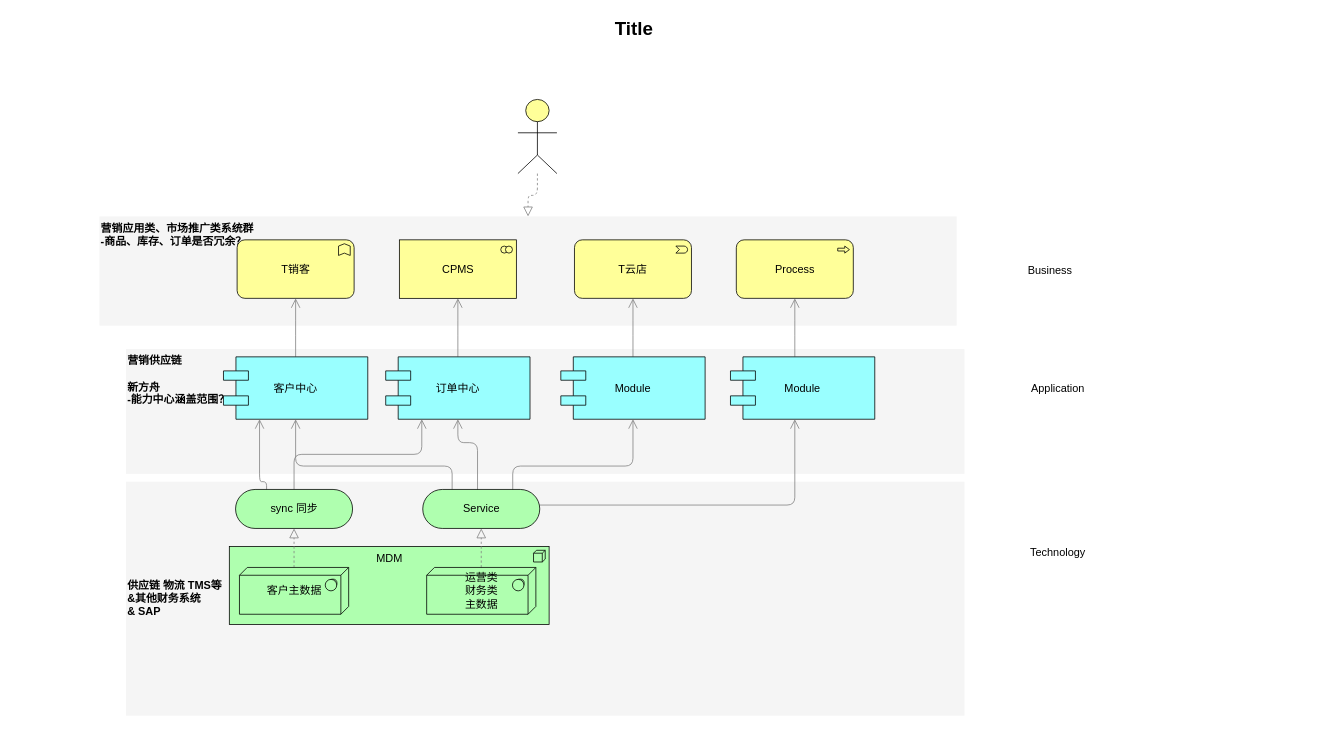
Before: 新方舟.drawio in lawplus/diagrams, a draw.io diagram. Source tidied: cells renumbered, new cells numbered last; positions are measured from the earlier drawing's top-left corner, leaving out a move shared by most shapes. Both pictures are drawn from the tidied source at 78%, with x=0, y=0 at pixel (13, 13).
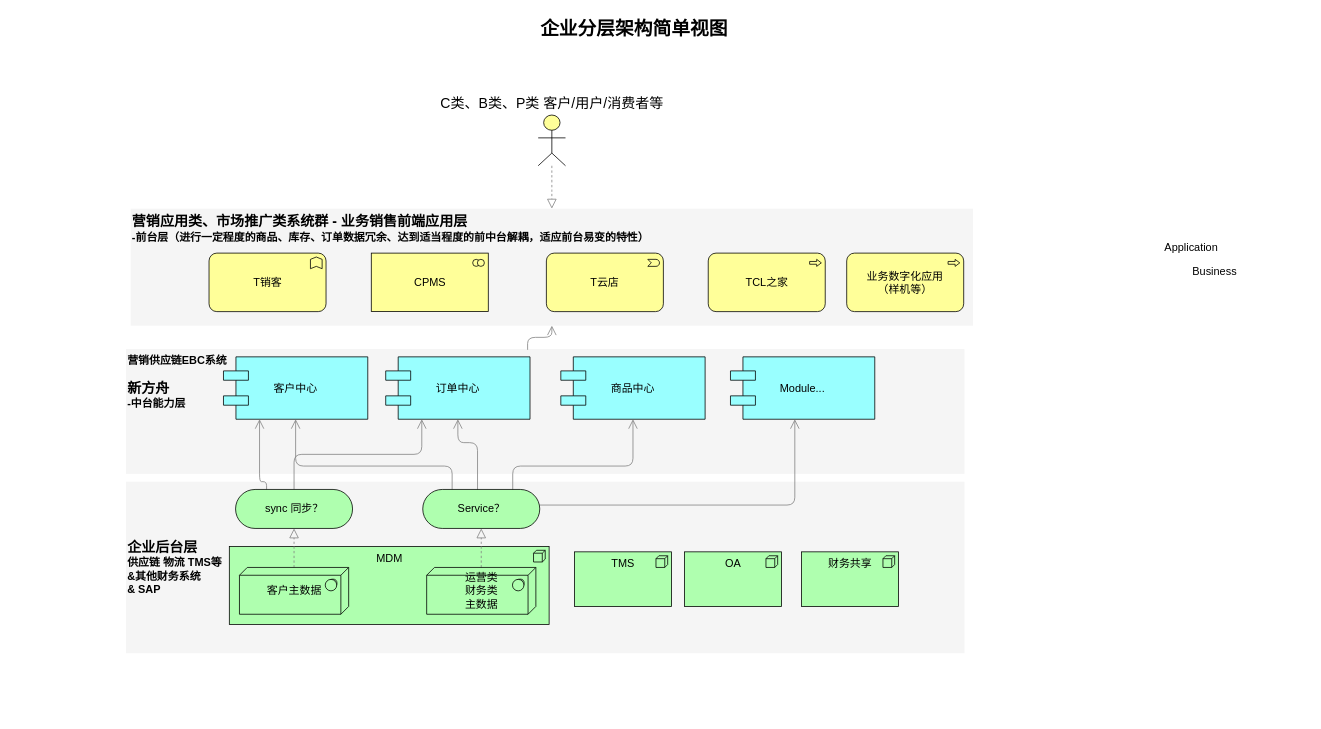
The same diagram, later.

Unchanged cells that the change refers to:
```xml
<mxCell id="19" value="客户中心" style="shape=component;align=center;fillColor=#99ffff;gradientColor=none;fontSize=14;" parent="1" vertex="1">
  <mxGeometry x="269" y="440" width="185" height="80" as="geometry" />
</mxCell>
<mxCell id="21" value="订单中心" style="shape=component;align=center;fillColor=#99ffff;gradientColor=none;fontSize=14;" parent="1" vertex="1">
  <mxGeometry x="477" y="440" width="185" height="80" as="geometry" />
</mxCell>
```

Diff of the diagram source:
```diff
@@
-    <mxCell id="2" value="&lt;b&gt;供应链 物流 TMS等&lt;br&gt;&amp;amp;其他财务系统&lt;br&gt;&amp;amp; SAP&lt;/b&gt;" style="whiteSpace=wrap;html=1;strokeColor=none;strokeWidth=1;fillColor=#f5f5f5;fontSize=14;align=left;" parent="1" vertex="1">
-      <mxGeometry x="144" y="600" width="1075" height="300" as="geometry" />
+    <mxCell id="2" value="&lt;b&gt;&lt;font style=&quot;font-size: 18px&quot;&gt;企业后台层&lt;/font&gt;&lt;br&gt;供应链 物流 TMS等&lt;br&gt;&amp;amp;其他财务系统&lt;br&gt;&amp;amp; SAP&lt;/b&gt;" style="whiteSpace=wrap;html=1;strokeColor=none;strokeWidth=1;fillColor=#f5f5f5;fontSize=14;align=left;" parent="1" vertex="1">
+      <mxGeometry x="144" y="600" width="1075" height="220" as="geometry" />
     </mxCell>
-    <mxCell id="3" value="&lt;b&gt;营销供应链&lt;br&gt;&lt;br&gt;新方舟&lt;br&gt;-能力中心涵盖范围？&lt;br&gt;&lt;/b&gt;" style="whiteSpace=wrap;html=1;strokeColor=none;strokeWidth=1;fillColor=#f5f5f5;fontSize=14;align=left;verticalAlign=top;" parent="1" vertex="1">
+    <mxCell id="3" value="&lt;b&gt;营销供应链EBC系统&lt;br&gt;&lt;br&gt;&lt;font style=&quot;font-size: 18px&quot;&gt;新方舟&lt;/font&gt;&lt;br&gt;-中台能力层&lt;br&gt;&lt;/b&gt;" style="whiteSpace=wrap;html=1;strokeColor=none;strokeWidth=1;fillColor=#f5f5f5;fontSize=14;align=left;verticalAlign=top;" parent="1" vertex="1">
       <mxGeometry x="144" y="430" width="1075" height="160" as="geometry" />
     </mxCell>
-    <mxCell id="4" value="&lt;b&gt;营销应用类、市场推广类系统群&lt;br&gt;-商品、库存、订单是否冗余？&lt;br&gt;&lt;/b&gt;" style="whiteSpace=wrap;html=1;strokeColor=none;strokeWidth=1;fillColor=#f5f5f5;fontSize=14;align=left;verticalAlign=top;" parent="1" vertex="1">
-      <mxGeometry x="110" y="260" width="1099" height="140" as="geometry" />
+    <mxCell id="4" value="&lt;b&gt;&lt;font style=&quot;font-size: 18px&quot;&gt;营销应用类、市场推广类系统群 - 业务销售前端应用层&lt;/font&gt;&lt;br&gt;-前台层（进行一定程度的商品、库存、订单数据冗余、达到适当程度的前中台解耦，适应前台易变的特性）&lt;br&gt;&lt;/b&gt;" style="whiteSpace=wrap;html=1;strokeColor=none;strokeWidth=1;fillColor=#f5f5f5;fontSize=14;align=left;verticalAlign=top;" parent="1" vertex="1">
+      <mxGeometry x="150" y="250" width="1080" height="150" as="geometry" />
     </mxCell>
@@
-    <mxCell id="12" value="sync 同步" style="html=1;whiteSpace=wrap;fillColor=#AFFFAF;shape=mxgraph.archimate3.service;fontSize=14;" parent="1" vertex="1">
+    <mxCell id="12" value="sync 同步？" style="html=1;whiteSpace=wrap;fillColor=#AFFFAF;shape=mxgraph.archimate3.service;fontSize=14;" parent="1" vertex="1">
       <mxGeometry x="284.5" y="610" width="150" height="50" as="geometry" />
     </mxCell>
@@
-    <mxCell id="17" value="Service" style="html=1;whiteSpace=wrap;fillColor=#AFFFAF;shape=mxgraph.archimate3.service;fontSize=14;" parent="1" vertex="1">
+    <mxCell id="17" value="Service？" style="html=1;whiteSpace=wrap;fillColor=#AFFFAF;shape=mxgraph.archimate3.service;fontSize=14;" parent="1" vertex="1">
       <mxGeometry x="524.5" y="610" width="150" height="50" as="geometry" />
     </mxCell>
-    <mxCell id="18" style="edgeStyle=elbowEdgeStyle;rounded=1;elbow=vertical;html=1;startSize=10;endArrow=open;endFill=0;endSize=10;jettySize=auto;strokeColor=#808080;fontSize=14;" parent="1" edge="1" source="19" target="26">
+    <mxCell id="18" style="edgeStyle=elbowEdgeStyle;rounded=1;elbow=vertical;html=1;startSize=10;endArrow=open;endFill=0;endSize=10;jettySize=auto;strokeColor=#808080;fontSize=14;entryX=0.5;entryY=1;entryDx=0;entryDy=0;exitX=0.479;exitY=0.006;exitDx=0;exitDy=0;exitPerimeter=0;" parent="1" edge="1" source="3" target="4">
       <mxGeometry relative="1" as="geometry" />
     </mxCell>
@@
-    <mxCell id="20" style="edgeStyle=elbowEdgeStyle;rounded=1;elbow=vertical;html=1;startSize=10;endArrow=open;endFill=0;endSize=10;jettySize=auto;strokeColor=#808080;fontSize=14;" parent="1" edge="1" source="21" target="27">
-      <mxGeometry relative="1" as="geometry" />
-    </mxCell>
@@
-    <mxCell id="22" style="edgeStyle=elbowEdgeStyle;rounded=1;elbow=vertical;html=1;startSize=10;endArrow=open;endFill=0;endSize=10;jettySize=auto;strokeColor=#808080;fontSize=14;" parent="1" edge="1" source="23" target="28">
-      <mxGeometry relative="1" as="geometry" />
-    </mxCell>
-    <mxCell id="23" value="Module" style="shape=component;align=center;fillColor=#99ffff;gradientColor=none;fontSize=14;" parent="1" vertex="1">
+    <mxCell id="23" value="商品中心" style="shape=component;align=center;fillColor=#99ffff;gradientColor=none;fontSize=14;" parent="1" vertex="1">
       <mxGeometry x="701.5" y="440" width="185" height="80" as="geometry" />
     </mxCell>
-    <mxCell id="24" style="edgeStyle=elbowEdgeStyle;rounded=1;elbow=vertical;html=1;startSize=10;endArrow=open;endFill=0;endSize=10;jettySize=auto;strokeColor=#808080;fontSize=14;" parent="1" edge="1" target="29">
-      <mxGeometry relative="1" as="geometry">
-        <mxPoint x="1001.5" y="440" as="sourcePoint" />
-      </mxGeometry>
-    </mxCell>
-    <mxCell id="25" value="Module" style="shape=component;align=center;fillColor=#99ffff;gradientColor=none;fontSize=14;" parent="1" vertex="1">
+    <mxCell id="25" value="Module..." style="shape=component;align=center;fillColor=#99ffff;gradientColor=none;fontSize=14;" parent="1" vertex="1">
       <mxGeometry x="919" y="440" width="185" height="80" as="geometry" />
     </mxCell>
     <mxCell id="26" value="T销客" style="html=1;whiteSpace=wrap;fillColor=#ffff99;shape=mxgraph.archimate3.application;appType=func;archiType=rounded;fontSize=14;" parent="1" vertex="1">
-      <mxGeometry x="286.5" y="290" width="150" height="75" as="geometry" />
+      <mxGeometry x="250.5" y="307" width="150" height="75" as="geometry" />
     </mxCell>
     <mxCell id="27" value="CPMS" style="html=1;whiteSpace=wrap;fillColor=#ffff99;shape=mxgraph.archimate3.application;appType=collab;archiType=square;fontSize=14;" parent="1" vertex="1">
-      <mxGeometry x="494.5" y="290" width="150" height="75" as="geometry" />
+      <mxGeometry x="458.5" y="307" width="150" height="75" as="geometry" />
     </mxCell>
     <mxCell id="28" value="T云店" style="html=1;whiteSpace=wrap;fillColor=#ffff99;shape=mxgraph.archimate3.application;appType=event;archiType=rounded;fontSize=14;" parent="1" vertex="1">
-      <mxGeometry x="719" y="290" width="150" height="75" as="geometry" />
+      <mxGeometry x="683" y="307" width="150" height="75" as="geometry" />
     </mxCell>
-    <mxCell id="29" value="Process" style="html=1;whiteSpace=wrap;fillColor=#ffff99;shape=mxgraph.archimate3.application;appType=proc;archiType=rounded;fontSize=14;" parent="1" vertex="1">
-      <mxGeometry x="926.5" y="290" width="150" height="75" as="geometry" />
+    <mxCell id="29" value="TCL之家" style="html=1;whiteSpace=wrap;fillColor=#ffff99;shape=mxgraph.archimate3.application;appType=proc;archiType=rounded;fontSize=14;" parent="1" vertex="1">
+      <mxGeometry x="890.5" y="307" width="150" height="75" as="geometry" />
     </mxCell>
-    <mxCell id="30" value="Technology" style="text;html=1;strokeColor=none;fillColor=none;align=center;verticalAlign=middle;whiteSpace=wrap;fontSize=14;" parent="1" vertex="1">
-      <mxGeometry x="1219" y="681" width="240" height="20" as="geometry" />
-    </mxCell>
     <mxCell id="31" value="Application" style="text;html=1;strokeColor=none;fillColor=none;align=center;verticalAlign=middle;whiteSpace=wrap;fontSize=14;" parent="1" vertex="1">
-      <mxGeometry x="1219" y="471" width="240" height="20" as="geometry" />
+      <mxGeometry x="1390" y="290" width="240" height="20" as="geometry" />
     </mxCell>
     <mxCell id="32" value="Business" style="text;html=1;strokeColor=none;fillColor=none;align=center;verticalAlign=middle;whiteSpace=wrap;fontSize=14;" parent="1" vertex="1">
-      <mxGeometry x="1209" y="319" width="240" height="20" as="geometry" />
+      <mxGeometry x="1420" y="320" width="240" height="20" as="geometry" />
     </mxCell>
@@
     <mxCell id="34" style="html=1;whiteSpace=wrap;fillColor=#ffff99;shape=mxgraph.archimate3.actor;fontSize=14;" parent="1" vertex="1">
-      <mxGeometry x="646.5" y="110" width="50" height="95" as="geometry" />
+      <mxGeometry x="672.5" y="130" width="35" height="65" as="geometry" />
     </mxCell>
-    <mxCell id="35" value="Title" style="text;strokeColor=none;fillColor=none;html=1;fontSize=24;fontStyle=1;verticalAlign=middle;align=center;" parent="1" vertex="1">
+    <mxCell id="35" value="企业分层架构简单视图" style="text;strokeColor=none;fillColor=none;html=1;fontSize=24;fontStyle=1;verticalAlign=middle;align=center;" parent="1" vertex="1">
       <mxGeometry width="1590" height="40" as="geometry" />
     </mxCell>
+    <mxCell id="36" value="C类、B类、P类 客户/用户/消费者等" style="text;html=1;strokeColor=none;fillColor=none;align=center;verticalAlign=middle;whiteSpace=wrap;rounded=0;fontSize=18;" parent="1" vertex="1">
+      <mxGeometry x="543.8" y="100" width="292.5" height="30" as="geometry" />
+    </mxCell>
+    <mxCell id="37" value="业务数字化应用&lt;br&gt;（样机等）" style="html=1;whiteSpace=wrap;fillColor=#ffff99;shape=mxgraph.archimate3.application;appType=proc;archiType=rounded;fontSize=14;" parent="1" vertex="1">
+      <mxGeometry x="1068" y="307" width="150" height="75" as="geometry" />
+    </mxCell>
+    <mxCell id="38" value="TMS" style="html=1;whiteSpace=wrap;fillColor=#AFFFAF;shape=mxgraph.archimate3.application;appType=node;archiType=square;fontSize=14;verticalAlign=top;" parent="1" vertex="1">
+      <mxGeometry x="719" y="690" width="124.5" height="70" as="geometry" />
+    </mxCell>
+    <mxCell id="39" value="OA" style="html=1;whiteSpace=wrap;fillColor=#AFFFAF;shape=mxgraph.archimate3.application;appType=node;archiType=square;fontSize=14;verticalAlign=top;" parent="1" vertex="1">
+      <mxGeometry x="860" y="690" width="124.5" height="70" as="geometry" />
+    </mxCell>
+    <mxCell id="40" value="财务共享" style="html=1;whiteSpace=wrap;fillColor=#AFFFAF;shape=mxgraph.archimate3.application;appType=node;archiType=square;fontSize=14;verticalAlign=top;" parent="1" vertex="1">
+      <mxGeometry x="1010" y="690" width="124.5" height="70" as="geometry" />
+    </mxCell>
```
